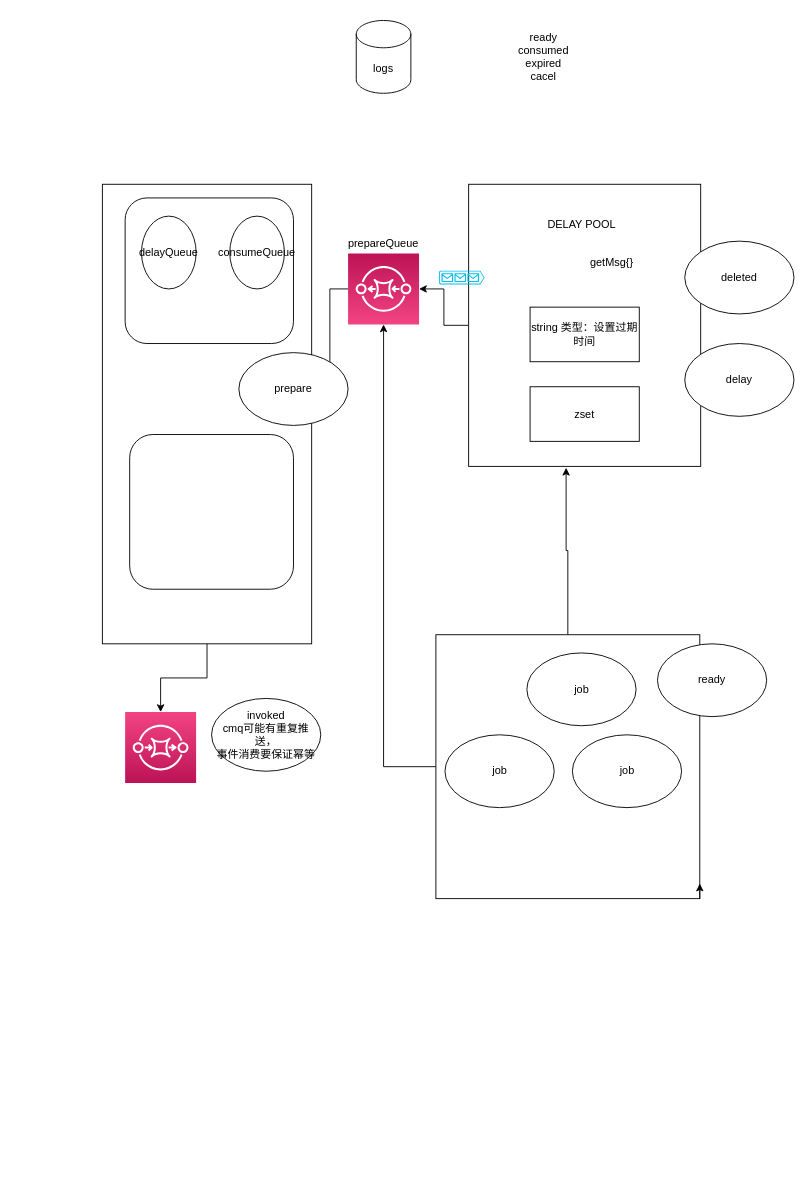
The draw.io diagram READMD.drawio in canbefree/delay-msg, before the edit. Source tidied: cells renumbered, new cells numbered last; positions are measured from the earlier drawing's top-left corner, leaving out a move shared by most shapes. Both pictures are drawn from the tidied source at 91%, with x=0, y=0 at pixel (102, 15).
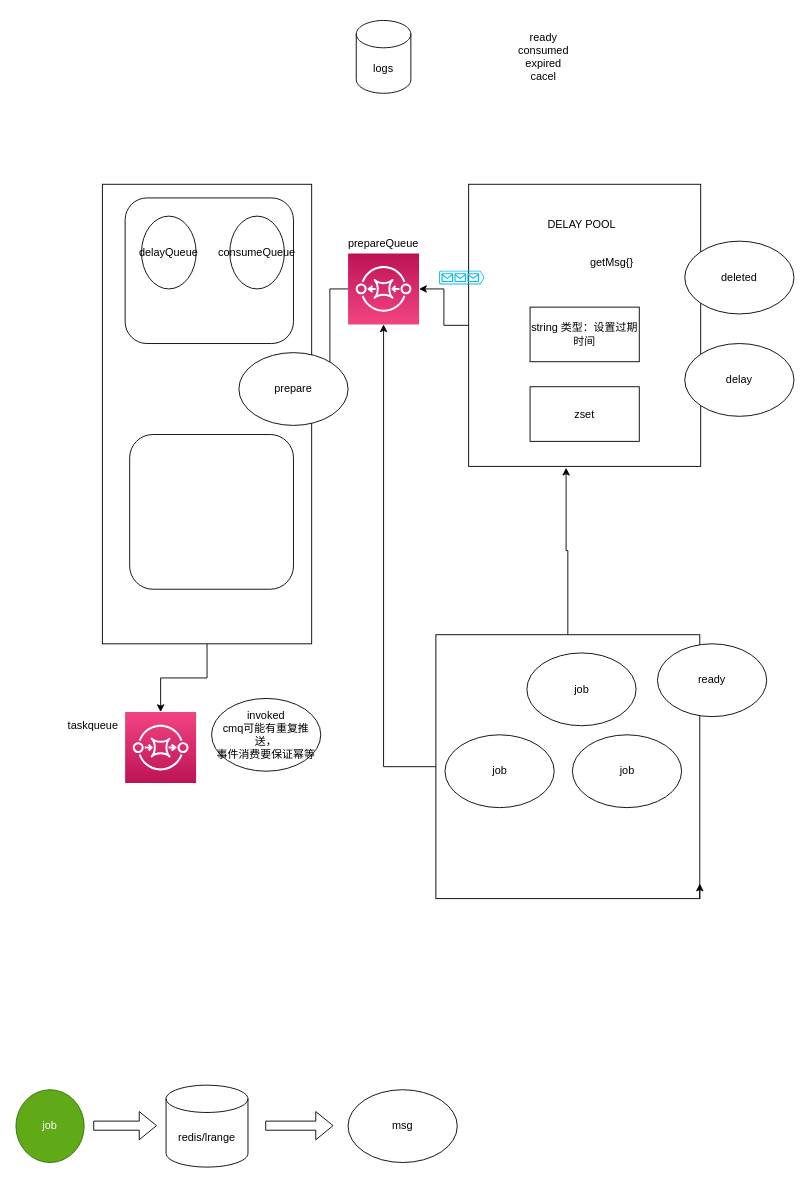
The same diagram, later.

What changed in the source:
```diff
@@
+    <mxCell id="34" value="taskqueue" style="text;html=1;strokeColor=none;fillColor=none;align=center;verticalAlign=middle;whiteSpace=wrap;rounded=0;" parent="1" vertex="1">
+      <mxGeometry x="-30" y="770" width="40" height="20" as="geometry" />
+    </mxCell>
+    <mxCell id="35" value="job" style="ellipse;whiteSpace=wrap;html=1;fillColor=#60a917;strokeColor=#2D7600;fontColor=#ffffff;" parent="1" vertex="1">
+      <mxGeometry x="-95" y="1180" width="75" height="80" as="geometry" />
+    </mxCell>
+    <mxCell id="36" value="redis/lrange" style="shape=cylinder3;whiteSpace=wrap;html=1;boundedLbl=1;backgroundOutline=1;size=15;" parent="1" vertex="1">
+      <mxGeometry x="70" y="1175" width="90" height="90" as="geometry" />
+    </mxCell>
+    <mxCell id="37" style="shape=flexArrow;endArrow=classic;html=1;" parent="1" edge="1">
+      <mxGeometry relative="1" as="geometry">
+        <mxPoint x="-10" y="1219.5" as="sourcePoint" />
+        <mxPoint x="60" y="1219.5" as="targetPoint" />
+      </mxGeometry>
+    </mxCell>
+    <mxCell id="38" style="shape=flexArrow;endArrow=classic;html=1;" parent="1" edge="1">
+      <mxGeometry relative="1" as="geometry">
+        <mxPoint x="179" y="1219.5" as="sourcePoint" />
+        <mxPoint x="254" y="1219.5" as="targetPoint" />
+      </mxGeometry>
+    </mxCell>
+    <mxCell id="39" value="msg" style="ellipse;whiteSpace=wrap;html=1;" parent="1" vertex="1">
+      <mxGeometry x="270" y="1180" width="120" height="80" as="geometry" />
+    </mxCell>
```
